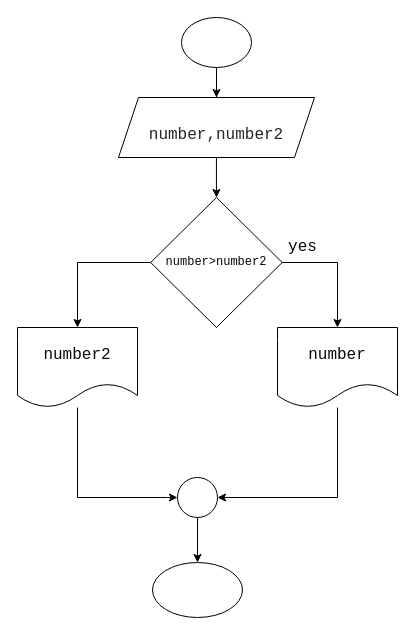
Above: Untitled Diagram.drawio in umrtkyrk/flow_diagrams (draw.io), before the change. Source tidied: cells renumbered, new cells numbered last; positions are measured from the earlier drawing's top-left corner, leaving out a move shared by most shapes. Both pictures are drawn from the tidied source at 100%, with x=0, y=0 at pixel (17, 17).
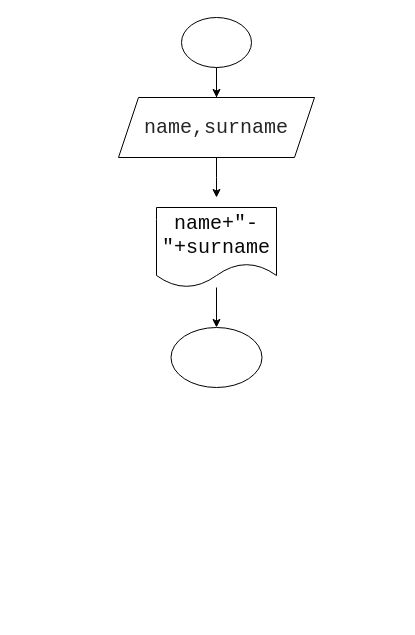
The same page after the edit.

Diff of the diagram source:
```diff
@@
-    <mxCell id="5" style="edgeStyle=orthogonalEdgeStyle;rounded=0;jettySize=auto;html=1;entryX=0.5;entryY=0;entryDx=0;entryDy=0;fontFamily=Courier New;fontSize=16;fontColor=#080808;" parent="1" edge="1" source="6" target="9">
-      <mxGeometry relative="1" as="geometry" />
+    <mxCell id="5" style="edgeStyle=orthogonalEdgeStyle;rounded=0;jettySize=auto;html=1;entryX=0.5;entryY=0;entryDx=0;entryDy=0;fontFamily=Courier New;fontSize=16;fontColor=#080808;" parent="1" edge="1" source="6">
+      <mxGeometry relative="1" as="geometry">
+        <mxPoint x="199" y="180" as="targetPoint" />
+      </mxGeometry>
     </mxCell>
-    <mxCell id="6" value="&lt;p class=&quot;p1&quot; style=&quot;margin: 0px ; text-align: justify ; font-stretch: normal ; line-height: normal ; font-family: &amp;#34;courier new&amp;#34; ; color: rgb(38 , 38 , 38) ; background-color: rgb(255 , 255 , 255)&quot;&gt;&lt;br&gt;&lt;/p&gt;&lt;p class=&quot;p1&quot; style=&quot;margin: 0px ; text-align: justify ; font-stretch: normal ; line-height: normal ; font-family: &amp;#34;courier new&amp;#34; ; color: rgb(38 , 38 , 38) ; background-color: rgb(255 , 255 , 255)&quot;&gt;&lt;font style=&quot;font-size: 16px&quot;&gt;number,number2&lt;/font&gt;&lt;/p&gt;" style="shape=parallelogram;perimeter=parallelogramPerimeter;whiteSpace=wrap;html=1;fixedSize=1;" parent="1" vertex="1">
+    <mxCell id="6" value="&lt;p class=&quot;p1&quot; style=&quot;margin: 0px ; text-align: justify ; font-stretch: normal ; line-height: normal ; font-family: &amp;#34;courier new&amp;#34; ; color: rgb(38 , 38 , 38) ; background-color: rgb(255 , 255 , 255)&quot;&gt;&lt;font style=&quot;font-size: 20px&quot;&gt;name,surname&lt;/font&gt;&lt;/p&gt;" style="shape=parallelogram;perimeter=parallelogramPerimeter;whiteSpace=wrap;html=1;fixedSize=1;" parent="1" vertex="1">
       <mxGeometry x="101" y="80" width="196" height="60" as="geometry" />
     </mxCell>
-    <mxCell id="7" style="edgeStyle=orthogonalEdgeStyle;rounded=0;jettySize=auto;html=1;fontFamily=Courier New;fontSize=12;fontColor=#080808;" parent="1" edge="1" source="9">
-      <mxGeometry relative="1" as="geometry">
-        <mxPoint x="320" y="310" as="targetPoint" />
-        <Array as="points">
-          <mxPoint x="320" y="245" />
-          <mxPoint x="320" y="310" />
-        </Array>
-      </mxGeometry>
-    </mxCell>
-    <mxCell id="8" style="edgeStyle=orthogonalEdgeStyle;rounded=0;jettySize=auto;html=1;exitX=0;exitY=0.5;exitDx=0;exitDy=0;fontFamily=Courier New;fontSize=12;fontColor=#080808;" parent="1" edge="1" source="9">
-      <mxGeometry relative="1" as="geometry">
-        <mxPoint x="60" y="310" as="targetPoint" />
-        <Array as="points">
-          <mxPoint x="60" y="245" />
-          <mxPoint x="60" y="300" />
-        </Array>
-      </mxGeometry>
-    </mxCell>
-    <mxCell id="9" value="number&amp;gt;number2" style="rhombus;whiteSpace=wrap;html=1;fontFamily=Courier New;fontSize=12;fontColor=#080808;" parent="1" vertex="1">
-      <mxGeometry x="133.2" y="180" width="131.5" height="130" as="geometry" />
-    </mxCell>
-    <mxCell id="10" value="&lt;font style=&quot;font-size: 16px&quot;&gt;yes&lt;/font&gt;" style="text;html=1;align=center;verticalAlign=middle;strokeColor=none;fillColor=none;fontSize=12;fontFamily=Courier New;fontColor=#080808;" parent="1" vertex="1">
-      <mxGeometry x="265" y="220" width="40" height="20" as="geometry" />
-    </mxCell>
-    <mxCell id="11" style="edgeStyle=orthogonalEdgeStyle;rounded=0;jettySize=auto;html=1;fontFamily=Courier New;fontSize=16;fontColor=#080808;" parent="1" edge="1" source="12">
-      <mxGeometry relative="1" as="geometry">
-        <mxPoint x="160" y="480" as="targetPoint" />
-        <Array as="points">
-          <mxPoint x="60" y="480" />
-          <mxPoint x="150" y="480" />
-        </Array>
-      </mxGeometry>
-    </mxCell>
-    <mxCell id="12" value="number2" style="shape=document;whiteSpace=wrap;html=1;boundedLbl=1;fontFamily=Courier New;fontSize=16;fontColor=#080808;" parent="1" vertex="1">
-      <mxGeometry y="310" width="120" height="80" as="geometry" />
-    </mxCell>
-    <mxCell id="13" style="edgeStyle=orthogonalEdgeStyle;rounded=0;jettySize=auto;html=1;fontFamily=Courier New;fontSize=16;fontColor=#080808;" parent="1" edge="1" source="14">
-      <mxGeometry relative="1" as="geometry">
-        <mxPoint x="200" y="480" as="targetPoint" />
-        <Array as="points">
-          <mxPoint x="320" y="480" />
-        </Array>
-      </mxGeometry>
-    </mxCell>
-    <mxCell id="14" value="number" style="shape=document;whiteSpace=wrap;html=1;boundedLbl=1;fontFamily=Courier New;fontSize=16;fontColor=#080808;" parent="1" vertex="1">
-      <mxGeometry x="260" y="310" width="120" height="80" as="geometry" />
-    </mxCell>
-    <mxCell id="15" style="edgeStyle=orthogonalEdgeStyle;rounded=0;jettySize=auto;html=1;fontFamily=Courier New;fontSize=16;fontColor=#080808;" parent="1" edge="1" source="16" target="17">
-      <mxGeometry relative="1" as="geometry" />
-    </mxCell>
-    <mxCell id="16" style="ellipse;whiteSpace=wrap;html=1;fontFamily=Courier New;fontSize=16;fontColor=#080808;" parent="1" vertex="1">
-      <mxGeometry x="160" y="460" width="40" height="40" as="geometry" />
-    </mxCell>
-    <mxCell id="17" style="ellipse;whiteSpace=wrap;html=1;fontFamily=Courier New;fontSize=16;fontColor=#080808;" parent="1" vertex="1">
-      <mxGeometry x="135" y="545" width="90" height="55" as="geometry" />
-    </mxCell>
+    <mxCell id="18" style="edgeStyle=orthogonalEdgeStyle;rounded=0;jettySize=auto;html=1;fontFamily=Courier New;fontSize=20;fontColor=#080808;" parent="1" edge="1" source="19" target="20">
+      <mxGeometry relative="1" as="geometry" />
+    </mxCell>
+    <mxCell id="19" value="name+&quot;-&quot;+surname" style="shape=document;whiteSpace=wrap;html=1;boundedLbl=1;fontFamily=Courier New;fontSize=20;fontColor=#080808;" parent="1" vertex="1">
+      <mxGeometry x="139" y="190" width="120" height="80" as="geometry" />
+    </mxCell>
+    <mxCell id="20" style="ellipse;whiteSpace=wrap;html=1;fontFamily=Courier New;fontSize=20;fontColor=#080808;" parent="1" vertex="1">
+      <mxGeometry x="153.5" y="310" width="91" height="60" as="geometry" />
+    </mxCell>
```
